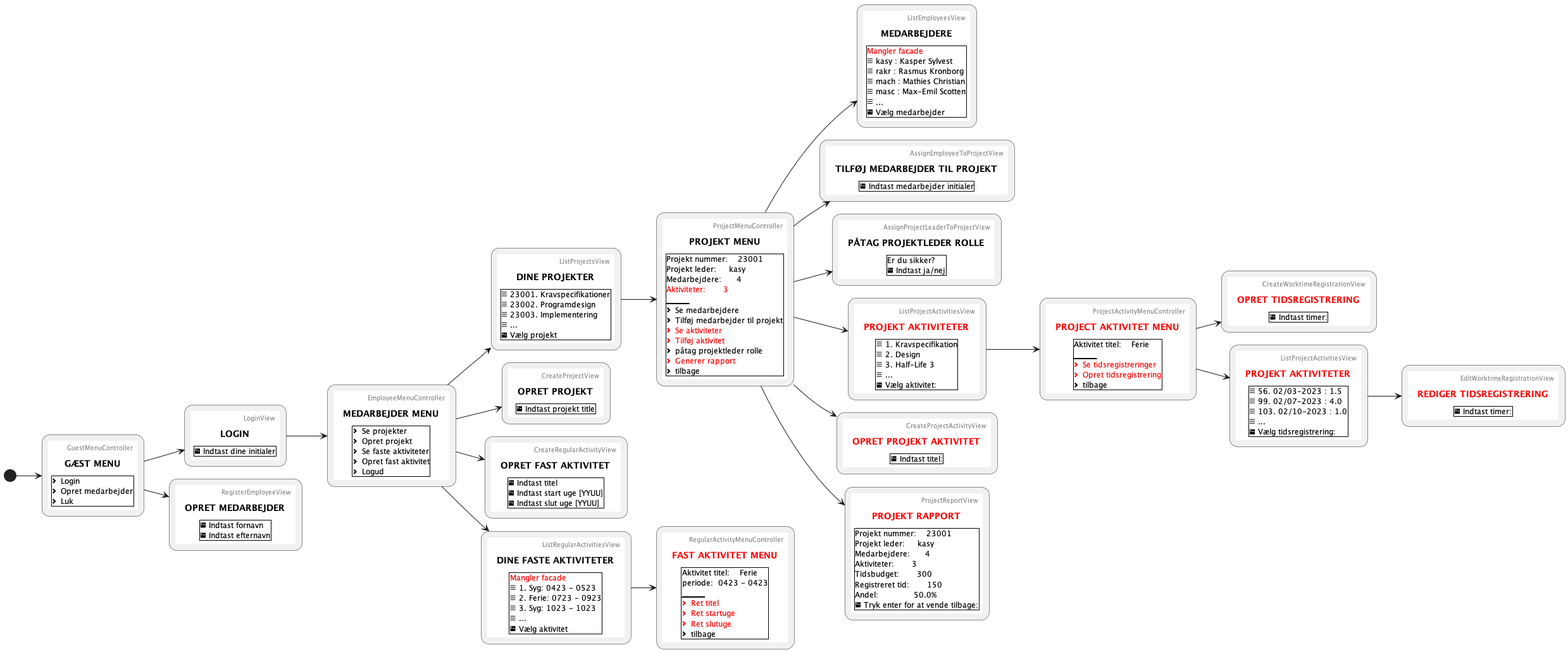
Before: TaskFusion/out/assets/diagrams/flow_cli/flow_cli.png, a diagram exported from PlantUML (rwiuff/02161ExamProject).
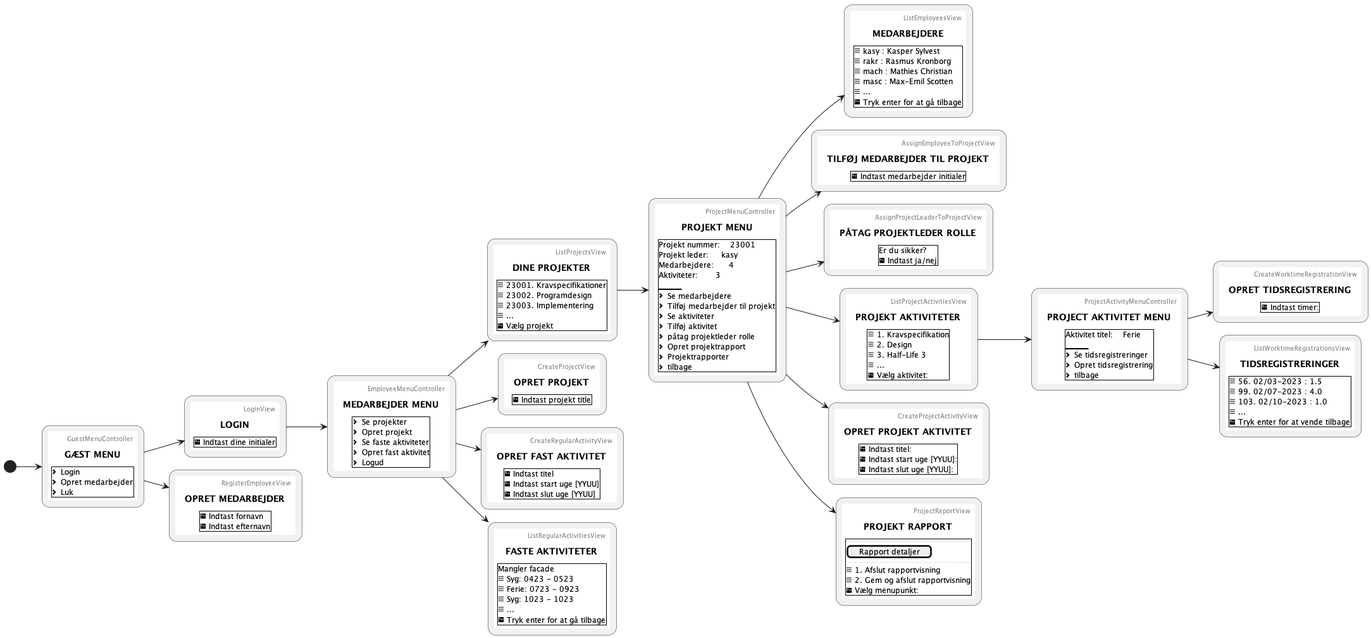
After the change.

Change to the diagram source:
```diff
@@ -75,14 +75,15 @@
 Projekt nummer:    23001
 Projekt leder:     kasy
 Medarbejdere:      4
-<color:Red>Aktiviteter:       3
+Aktiviteter:       3
 ______________________________
 <&chevron-right> Se medarbejdere
 <&chevron-right> Tilføj medarbejder til projekt
-<color:Red><&chevron-right> Se aktiviteter
-<color:Red><&chevron-right> Tilføj aktivitet
+<&chevron-right> Se aktiviteter
+<&chevron-right> Tilføj aktivitet
 <&chevron-right> påtag projektleder rolle
-<color:Red><&chevron-right> Generer rapport
+<&chevron-right> Opret projektrapport
+<&chevron-right> Projektrapporter
 <&chevron-right> tilbage
 }
 }}
@@ -116,34 +117,17 @@
 {{
 salt
 {+
-title DINE FASTE AKTIVITETER
+title FASTE AKTIVITETER
 header ListRegularActivitiesView
-<color:Red>Mangler facade
-<&menu> 1. Syg: 0423 - 0523
-<&menu> 2. Ferie: 0723 - 0923
-<&menu> 3. Syg: 1023 - 1023
+Mangler facade
+<&menu> Syg: 0423 - 0523
+<&menu> Ferie: 0723 - 0923
+<&menu> Syg: 1023 - 1023
 <&menu> ...
-<&terminal> Vælg aktivitet
+<&terminal> Tryk enter for at gå tilbage
 }
 }}
 " as ListRegularActivitiesView
-
-ListRegularActivitiesView --> "
-{{
-salt
-{+
-title <color:Red>FAST AKTIVITET MENU
-header RegularActivityMenuController
-Aktivitet titel:    Ferie
-periode:  0423 - 0423
-______________________________
-<color:Red><&chevron-right> Ret titel
-<color:Red><&chevron-right> Ret startuge
-<color:Red><&chevron-right> Ret slutuge
-<&chevron-right> tilbage
-}
-}}
-" as RegularActivityMenuController
 
 ProjectMenuController --> "
 {{
@@ -151,13 +135,12 @@
 {+
 title MEDARBEJDERE
 header ListEmployeesView
-<color:Red>Mangler facade
 <&menu> kasy : Kasper Sylvest
 <&menu> rakr : Rasmus Kronborg
 <&menu> mach : Mathies Christian
 <&menu> masc : Max-Emil Scotten
 <&menu> ...
-<&terminal> Vælg medarbejder
+<&terminal> Tryk enter for at gå tilbage
 }
 }}
 " as ListEmployeesView
@@ -189,7 +172,7 @@
 {{
 salt
 {+
-title <color:Red>PROJEKT AKTIVITETER
+title PROJEKT AKTIVITETER
 header ListProjectActivitiesView
 <&menu> 1. Kravspecifikation
 <&menu> 2. Design
@@ -204,9 +187,11 @@
 {{
 salt
 {+
-title <color:Red>OPRET PROJEKT AKTIVITET
+title OPRET PROJEKT AKTIVITET
 header CreateProjectActivityView
 <&terminal> Indtast titel:
+<&terminal> Indtast start uge [YYUU]:
+<&terminal> Indtast slut uge [YYUU]:
 }
 }}
 " as CreateProjectActivityView
@@ -215,16 +200,16 @@
 {{
 salt
 {+
-title <color:Red>PROJEKT RAPPORT
+title PROJEKT RAPPORT
 header ProjectReportView
-Projekt nummer:    23001
-Projekt leder:     kasy
-Medarbejdere:      4
-Aktiviteter:       3
-Tidsbudget:       300
-Registreret tid:       150
-Andel:              50.0%
-<&terminal> Tryk enter for at vende tilbage:
+...
+[Rapport detaljer]
+...
+
+header ProjectReportView
+<&menu> 1. Afslut rapportvisning
+<&menu> 2. Gem og afslut rapportvisning
+<&terminal> Vælg menupunkt:
 }
 }}
 " as ProjectReportView
@@ -233,12 +218,12 @@
 {{
 salt
 {+
-title <color:Red>PROJECT AKTIVITET MENU
+title PROJECT AKTIVITET MENU
 header ProjectActivityMenuController
 Aktivitet titel:    Ferie
 ______________________________
-<color:Red><&chevron-right> Se tidsregistreringer
-<color:Red><&chevron-right> Opret tidsregistrering
+<&chevron-right> Se tidsregistreringer
+<&chevron-right> Opret tidsregistrering
 <&chevron-right> tilbage
 }
 }}
@@ -248,7 +233,7 @@
 {{
 salt
 {+
-title <color:Red>OPRET TIDSREGISTRERING
+title OPRET TIDSREGISTRERING
 header CreateWorktimeRegistrationView
 <&terminal> Indtast timer:
 }
@@ -259,26 +244,16 @@
 {{
 salt
 {+
-title <color:Red>PROJEKT AKTIVITETER
-header ListProjectActivitiesView
+title TIDSREGISTRERINGER
+header ListWorktimeRegistrationsView
 <&menu> 56. 02/03-2023 : 1.5
 <&menu> 99. 02/07-2023 : 4.0
 <&menu> 103. 02/10-2023 : 1.0
 <&menu> ...
-<&terminal> Vælg tidsregistrering:
+<&terminal> Tryk enter for at vende tilbage
 }
 }}
 " as ListWorktimeRegistrationsView
 
-ListWorktimeRegistrationsView --> "
-{{
-salt
-{+
-title <color:Red>REDIGER TIDSREGISTRERING
-header EditWorktimeRegistrationView
-<&terminal> Indtast timer:
-}
-}}
-" as EditWorktimeRegistrationView
 
 @enduml
```
